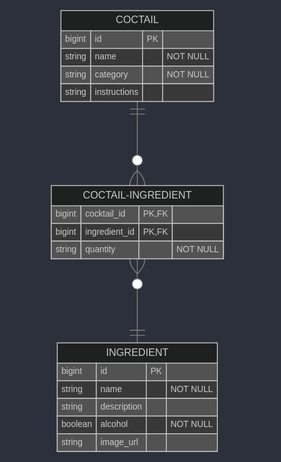
Above: doc/erd.png in Lennox2536/cocktail-api (Mermaid), before the change. Its source is kept beside it as doc/erd.mermaid.
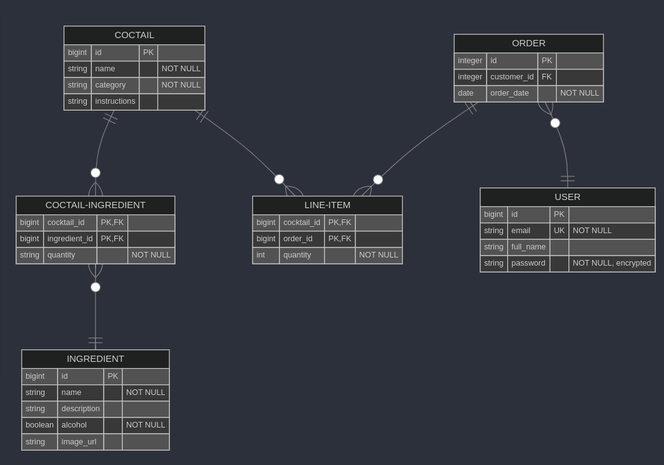
After the change.

Commit message:
Add order model

The edit, as a diff of the source:
```diff
@@ -1,5 +1,8 @@
 erDiagram
     COCTAIL ||--o{ COCTAIL-INGREDIENT: ""
+    COCTAIL ||--o{ LINE-ITEM: ""
+    ORDER ||--o{ LINE-ITEM: ""
+    ORDER }o--|| USER : ""
     COCTAIL-INGREDIENT }o--|| INGREDIENT: ""
 
     COCTAIL {
@@ -20,3 +23,19 @@
         boolean alcohol "NOT NULL"
         string image_url
     }
+    ORDER {
+        integer id PK
+        integer customer_id FK
+        date order_date "NOT NULL"
+    }
+    LINE-ITEM {
+        bigint cocktail_id PK, FK
+        bigint order_id PK, FK
+        int quantity "NOT NULL"
+    }
+    USER {
+        bigint id PK
+        string email UK "NOT NULL"
+        string full_name
+        string password "NOT NULL, encrypted"
+    }
```
